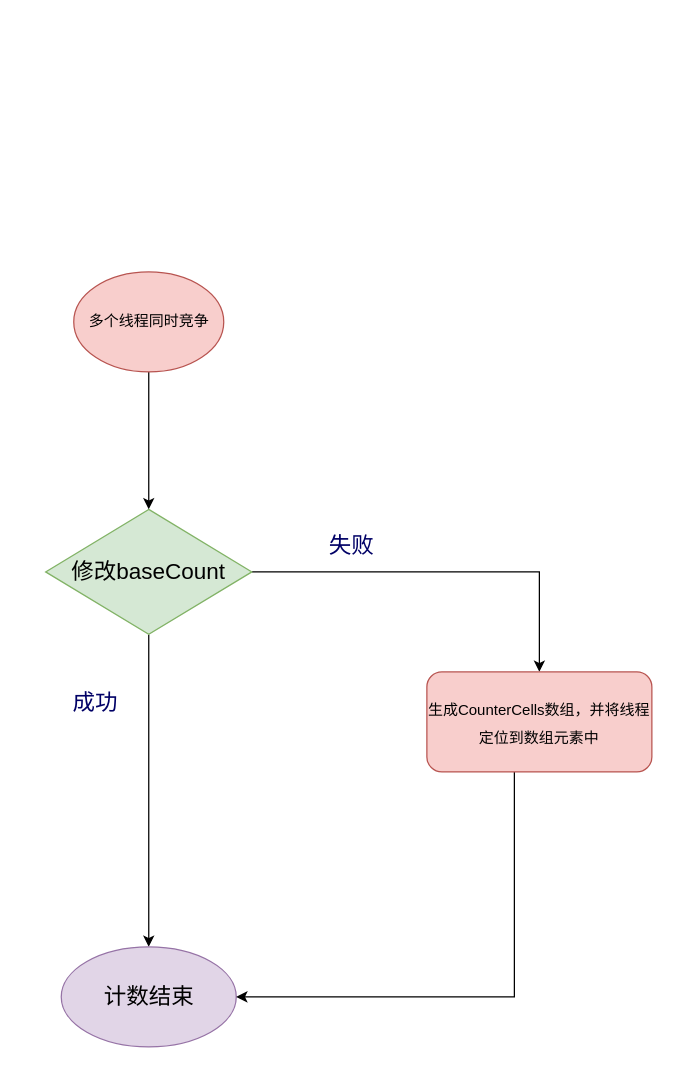
Above: page "addCount整体流程" (5 of 7) of thread/concurrentHashMap-addCount.drawio in mydlxy/draw (draw.io), before the change. Source tidied: cells renumbered, new cells numbered last; positions are measured from the earlier drawing's top-left corner, leaving out a move shared by most shapes. Both pictures are drawn from the tidied source at 125%, with x=0, y=0 at pixel (45, 271).
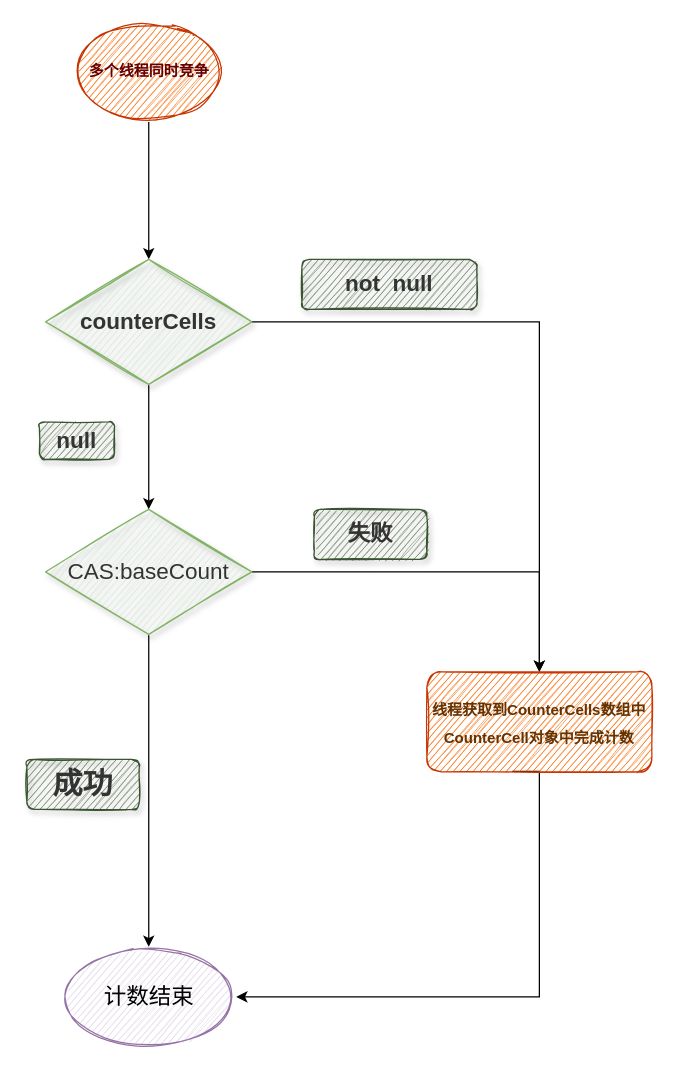
The same page after the edit.

What changed in the source:
```diff
@@
 <mxGraphModel>
   <root>
     <mxCell id="0" />
     <mxCell id="1" parent="0" />
     <mxCell id="2" style="edgeStyle=orthogonalEdgeStyle;rounded=0;jettySize=auto;html=1;fontSize=18;fontColor=#000066;entryX=0.5;entryY=0;entryDx=0;entryDy=0;" parent="1" edge="1" source="4" target="5">
       <mxGeometry relative="1" as="geometry" />
     </mxCell>
-    <mxCell id="3" style="edgeStyle=orthogonalEdgeStyle;rounded=0;jettySize=auto;html=1;fontSize=18;fontColor=#000066;entryX=0.5;entryY=0;entryDx=0;entryDy=0;" parent="1" edge="1" source="4" target="8">
+    <mxCell id="3" style="edgeStyle=orthogonalEdgeStyle;rounded=0;jettySize=auto;html=1;entryX=0.5;entryY=0;entryDx=0;entryDy=0;fontSize=24;fontColor=#990000;strokeWidth=1;" parent="1" edge="1" source="4" target="8">
       <mxGeometry relative="1" as="geometry" />
     </mxCell>
-    <mxCell id="4" value="修改baseCount" style="rhombus;whiteSpace=wrap;html=1;fontSize=18;fillColor=#d5e8d4;strokeColor=#82b366;" parent="1" vertex="1">
+    <mxCell id="4" value="&lt;font color=&quot;#333333&quot;&gt;CAS:baseCount&lt;/font&gt;" style="rhombus;whiteSpace=wrap;html=1;fontSize=18;fillColor=#d5e8d4;strokeColor=#82b366;shadow=1;sketch=1;" parent="1" vertex="1">
       <mxGeometry y="190" width="165" height="100" as="geometry" />
     </mxCell>
-    <mxCell id="5" value="计数结束" style="ellipse;whiteSpace=wrap;html=1;fontSize=18;fillColor=#e1d5e7;strokeColor=#9673a6;" parent="1" vertex="1">
+    <mxCell id="5" value="计数结束" style="ellipse;whiteSpace=wrap;html=1;fontSize=18;fillColor=#e1d5e7;strokeColor=#9673a6;sketch=1;" parent="1" vertex="1">
       <mxGeometry x="12.5" y="540" width="140" height="80" as="geometry" />
     </mxCell>
-    <mxCell id="6" value="成功" style="text;html=1;strokeColor=none;fillColor=none;align=center;verticalAlign=middle;whiteSpace=wrap;rounded=0;fontSize=18;fontColor=#000066;" parent="1" vertex="1">
-      <mxGeometry x="10" y="330" width="60" height="30" as="geometry" />
-    </mxCell>
     <mxCell id="7" style="edgeStyle=orthogonalEdgeStyle;rounded=0;jettySize=auto;html=1;entryX=1;entryY=0.5;entryDx=0;entryDy=0;fontSize=12;fontColor=#000066;exitX=0.379;exitY=0.995;exitDx=0;exitDy=0;exitPerimeter=0;" parent="1" edge="1" source="8" target="5">
       <mxGeometry relative="1" as="geometry">
         <Array as="points">
-          <mxPoint x="375" y="400" />
-          <mxPoint x="375" y="580" />
+          <mxPoint x="395" y="400" />
+          <mxPoint x="395" y="580" />
         </Array>
       </mxGeometry>
     </mxCell>
-    <mxCell id="8" value="&lt;span style=&quot;font-size: 12px;&quot;&gt;生成CounterCells数组，并将线程定位到数组元素中&lt;/span&gt;" style="rounded=1;whiteSpace=wrap;html=1;fontSize=18;fillColor=#f8cecc;strokeColor=#b85450;" parent="1" vertex="1">
+    <mxCell id="8" value="&lt;b style=&quot;font-size: 12px;&quot;&gt;&lt;font color=&quot;#663300&quot;&gt;线程获取到&lt;/font&gt;&lt;/b&gt;&lt;span style=&quot;font-size: 12px;&quot;&gt;&lt;b&gt;&lt;font color=&quot;#663300&quot;&gt;CounterCells数组中CounterCell对象中完成计数&lt;/font&gt;&lt;/b&gt;&lt;/span&gt;" style="rounded=1;whiteSpace=wrap;html=1;fontSize=18;fillColor=#fa6800;strokeColor=#C73500;sketch=1;fontColor=#000000;" parent="1" vertex="1">
       <mxGeometry x="305" y="320" width="180" height="80" as="geometry" />
     </mxCell>
+    <mxCell id="12" style="edgeStyle=orthogonalEdgeStyle;rounded=0;jettySize=auto;html=1;entryX=0.5;entryY=0;entryDx=0;entryDy=0;fontSize=24;fontColor=#990000;strokeWidth=1;" parent="1" edge="1" source="11" target="15">
+      <mxGeometry relative="1" as="geometry" />
+    </mxCell>
+    <mxCell id="11" value="&lt;b&gt;&lt;font color=&quot;#660000&quot;&gt;多个线程同时竞争&lt;/font&gt;&lt;/b&gt;" style="ellipse;whiteSpace=wrap;html=1;fontSize=12;fillColor=#fa6800;strokeColor=#C73500;sketch=1;fontColor=#000000;" parent="1" vertex="1">
+      <mxGeometry x="22.5" y="-200" width="120" height="80" as="geometry" />
+    </mxCell>
+    <mxCell id="13" style="edgeStyle=orthogonalEdgeStyle;rounded=0;jettySize=auto;html=1;entryX=0.5;entryY=0;entryDx=0;entryDy=0;fontSize=24;fontColor=#990000;strokeWidth=1;" parent="1" edge="1" source="15" target="4">
+      <mxGeometry relative="1" as="geometry" />
+    </mxCell>
+    <mxCell id="14" style="edgeStyle=orthogonalEdgeStyle;rounded=0;jettySize=auto;html=1;entryX=0.5;entryY=0;entryDx=0;entryDy=0;fontSize=18;fontColor=#990000;strokeWidth=1;" parent="1" edge="1" source="15" target="8">
+      <mxGeometry relative="1" as="geometry" />
+    </mxCell>
+    <mxCell id="15" value="&lt;font color=&quot;#333333&quot; style=&quot;font-size: 18px;&quot;&gt;&lt;b&gt;counterCells&lt;/b&gt;&lt;/font&gt;" style="rhombus;whiteSpace=wrap;html=1;fontSize=18;fillColor=#d5e8d4;strokeColor=#82b366;shadow=1;sketch=1;" parent="1" vertex="1">
+      <mxGeometry y="-10" width="165" height="100" as="geometry" />
+    </mxCell>
+    <mxCell id="16" value="&lt;font color=&quot;#333333&quot;&gt;&lt;b&gt;null&lt;/b&gt;&lt;/font&gt;" style="text;html=1;strokeColor=#3A5431;fillColor=#6d8764;align=center;verticalAlign=middle;whiteSpace=wrap;rounded=1;shadow=1;glass=0;sketch=1;fontSize=18;fontColor=#ffffff;" parent="1" vertex="1">
+      <mxGeometry x="-5" y="120" width="60" height="30" as="geometry" />
+    </mxCell>
+    <mxCell id="17" value="&lt;font color=&quot;#333333&quot;&gt;&lt;b&gt;not&amp;nbsp; null&lt;/b&gt;&lt;/font&gt;" style="text;html=1;strokeColor=#3A5431;fillColor=#6d8764;align=center;verticalAlign=middle;whiteSpace=wrap;rounded=1;shadow=1;glass=0;sketch=1;fontSize=18;fontColor=#ffffff;" parent="1" vertex="1">
+      <mxGeometry x="205" y="-10" width="140" height="40" as="geometry" />
+    </mxCell>
+    <mxCell id="6" value="&lt;font style=&quot;font-size: 24px;&quot; color=&quot;#333333&quot;&gt;&lt;b&gt;成功&lt;/b&gt;&lt;/font&gt;" style="text;html=1;strokeColor=#3A5431;fillColor=#6d8764;align=center;verticalAlign=middle;whiteSpace=wrap;rounded=1;shadow=1;glass=0;sketch=1;fontSize=18;fontColor=#ffffff;" parent="1" vertex="1">
+      <mxGeometry x="-15" y="390" width="90" height="40" as="geometry" />
+    </mxCell>
-    <mxCell id="9" value="失败" style="text;html=1;strokeColor=none;fillColor=none;align=center;verticalAlign=middle;whiteSpace=wrap;rounded=0;fontSize=18;fontColor=#000066;" parent="1" vertex="1">
-      <mxGeometry x="215" y="203.9" width="60" height="30" as="geometry" />
+    <mxCell id="9" value="&lt;font color=&quot;#333333&quot;&gt;&lt;b&gt;失败&lt;/b&gt;&lt;/font&gt;" style="text;html=1;strokeColor=#3A5431;fillColor=#6d8764;align=center;verticalAlign=middle;whiteSpace=wrap;rounded=1;shadow=1;glass=0;sketch=1;fontSize=18;fontColor=#ffffff;" parent="1" vertex="1">
+      <mxGeometry x="215" y="190" width="90" height="40" as="geometry" />
     </mxCell>
-    <mxCell id="10" style="edgeStyle=orthogonalEdgeStyle;rounded=0;jettySize=auto;html=1;fontSize=12;fontColor=#000066;" parent="1" edge="1" source="11" target="4">
-      <mxGeometry relative="1" as="geometry" />
-    </mxCell>
-    <mxCell id="11" value="多个线程同时竞争" style="ellipse;whiteSpace=wrap;html=1;fontSize=12;fillColor=#f8cecc;strokeColor=#b85450;" parent="1" vertex="1">
-      <mxGeometry x="22.5" width="120" height="80" as="geometry" />
-    </mxCell>
   </root>
 </mxGraphModel>
```
